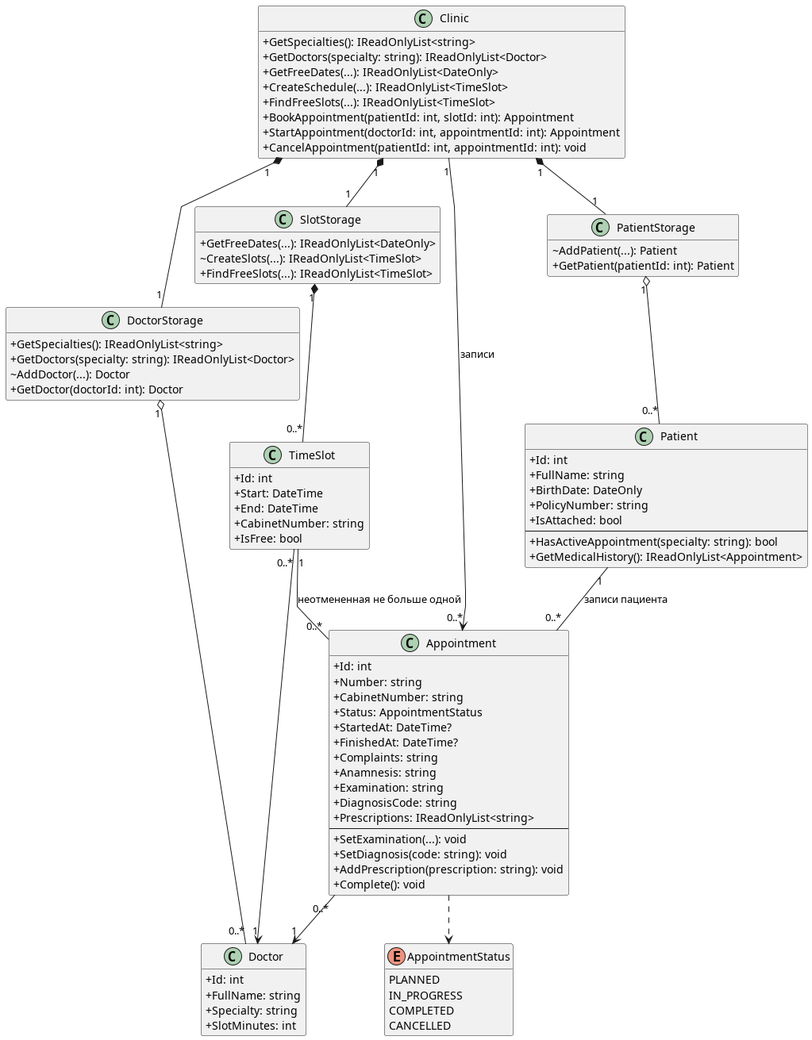
This is img/classes-all.png from penamarth/bsbo-11-24_team3_var3_clinic, a PlantUML export, as it was before one commit.
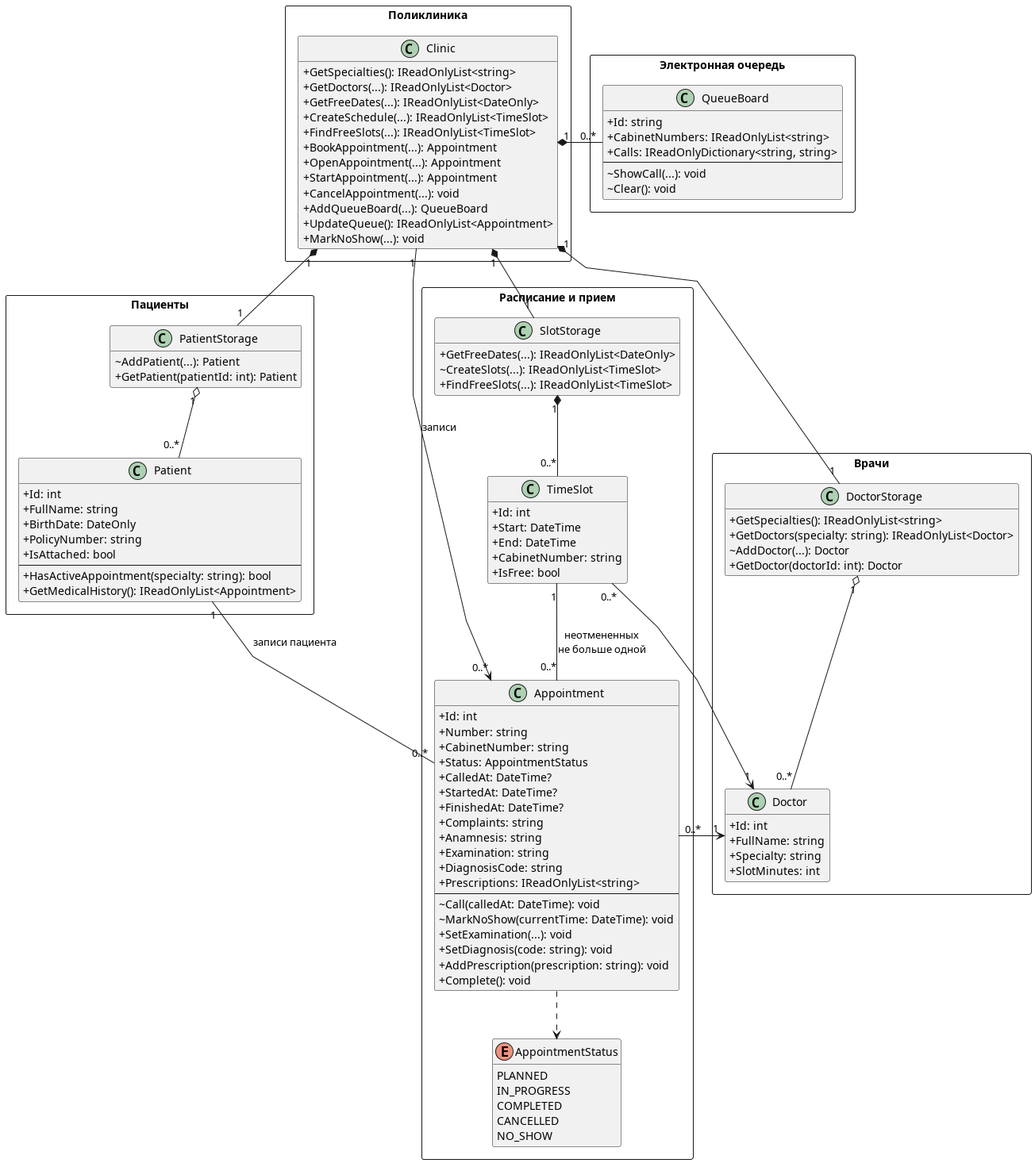
The same file after the commit.

Commit message:
docs: отразить автоматическую очередь и сгруппировать классы

Change to the diagram source:
```diff
@@ -1,100 +1,133 @@
 @startuml classes-all
+allowmixing
 skinparam classAttributeIconSize 0
 skinparam linetype polyline
+skinparam nodesep 55
 hide empty members
 
-class Clinic {
-  + GetSpecialties(): IReadOnlyList<string>
-  + GetDoctors(specialty: string): IReadOnlyList<Doctor>
-  + GetFreeDates(...): IReadOnlyList<DateOnly>
-  + CreateSchedule(...): IReadOnlyList<TimeSlot>
-  + FindFreeSlots(...): IReadOnlyList<TimeSlot>
-  + BookAppointment(patientId: int, slotId: int): Appointment
-  + StartAppointment(doctorId: int, appointmentId: int): Appointment
-  + CancelAppointment(patientId: int, appointmentId: int): void
+rectangle "Поликлиника" as ClinicPart {
+  class Clinic {
+    + GetSpecialties(): IReadOnlyList<string>
+    + GetDoctors(...): IReadOnlyList<Doctor>
+    + GetFreeDates(...): IReadOnlyList<DateOnly>
+    + CreateSchedule(...): IReadOnlyList<TimeSlot>
+    + FindFreeSlots(...): IReadOnlyList<TimeSlot>
+    + BookAppointment(...): Appointment
+    + OpenAppointment(...): Appointment
+    + StartAppointment(...): Appointment
+    + CancelAppointment(...): void
+    + AddQueueBoard(...): QueueBoard
+    + UpdateQueue(): IReadOnlyList<Appointment>
+    + MarkNoShow(...): void
+  }
 }
 
-class PatientStorage {
-  ~ AddPatient(...): Patient
-  + GetPatient(patientId: int): Patient
+rectangle "Пациенты" as PatientsPart {
+  class PatientStorage {
+    ~ AddPatient(...): Patient
+    + GetPatient(patientId: int): Patient
+  }
+
+  class Patient {
+    + Id: int
+    + FullName: string
+    + BirthDate: DateOnly
+    + PolicyNumber: string
+    + IsAttached: bool
+    --
+    + HasActiveAppointment(specialty: string): bool
+    + GetMedicalHistory(): IReadOnlyList<Appointment>
+  }
 }
 
-class DoctorStorage {
-  + GetSpecialties(): IReadOnlyList<string>
-  + GetDoctors(specialty: string): IReadOnlyList<Doctor>
-  ~ AddDoctor(...): Doctor
-  + GetDoctor(doctorId: int): Doctor
+rectangle "Врачи" as DoctorsPart {
+  class DoctorStorage {
+    + GetSpecialties(): IReadOnlyList<string>
+    + GetDoctors(specialty: string): IReadOnlyList<Doctor>
+    ~ AddDoctor(...): Doctor
+    + GetDoctor(doctorId: int): Doctor
+  }
+
+  class Doctor {
+    + Id: int
+    + FullName: string
+    + Specialty: string
+    + SlotMinutes: int
+  }
 }
 
-class Patient {
-  + Id: int
-  + FullName: string
-  + BirthDate: DateOnly
-  + PolicyNumber: string
-  + IsAttached: bool
-  --
-  + HasActiveAppointment(specialty: string): bool
-  + GetMedicalHistory(): IReadOnlyList<Appointment>
+rectangle "Расписание и прием" as SchedulePart {
+  class SlotStorage {
+    + GetFreeDates(...): IReadOnlyList<DateOnly>
+    ~ CreateSlots(...): IReadOnlyList<TimeSlot>
+    + FindFreeSlots(...): IReadOnlyList<TimeSlot>
+  }
+
+  class TimeSlot {
+    + Id: int
+    + Start: DateTime
+    + End: DateTime
+    + CabinetNumber: string
+    + IsFree: bool
+  }
+
+  class Appointment {
+    + Id: int
+    + Number: string
+    + CabinetNumber: string
+    + Status: AppointmentStatus
+    + CalledAt: DateTime?
+    + StartedAt: DateTime?
+    + FinishedAt: DateTime?
+    + Complaints: string
+    + Anamnesis: string
+    + Examination: string
+    + DiagnosisCode: string
+    + Prescriptions: IReadOnlyList<string>
+    --
+    ~ Call(calledAt: DateTime): void
+    ~ MarkNoShow(currentTime: DateTime): void
+    + SetExamination(...): void
+    + SetDiagnosis(code: string): void
+    + AddPrescription(prescription: string): void
+    + Complete(): void
+  }
+
+  enum AppointmentStatus {
+    PLANNED
+    IN_PROGRESS
+    COMPLETED
+    CANCELLED
+    NO_SHOW
+  }
 }
 
-class Doctor {
-  + Id: int
-  + FullName: string
-  + Specialty: string
-  + SlotMinutes: int
+rectangle "Электронная очередь" as QueuePart {
+  class QueueBoard {
+    + Id: string
+    + CabinetNumbers: IReadOnlyList<string>
+    + Calls: IReadOnlyDictionary<string, string>
+    --
+    ~ ShowCall(...): void
+    ~ Clear(): void
+  }
 }
 
-class SlotStorage {
-  + GetFreeDates(...): IReadOnlyList<DateOnly>
-  ~ CreateSlots(...): IReadOnlyList<TimeSlot>
-  + FindFreeSlots(...): IReadOnlyList<TimeSlot>
-}
+Clinic "1" *-down- "1" PatientStorage
+Clinic "1" *-down- "1" SlotStorage
+Clinic "1" *-down- "1" DoctorStorage
+Clinic "1" *-right- "0..*" QueueBoard
+Clinic "1" -down-> "0..*" Appointment : записи
+PatientStorage "1" o-down- "0..*" Patient
+DoctorStorage "1" o-down- "0..*" Doctor
+SlotStorage "1" *-down- "0..*" TimeSlot
+Patient "1" -right- "0..*" Appointment : записи пациента
+TimeSlot "0..*" -right-> "1" Doctor
+Appointment "0..*" -right-> "1" Doctor
+TimeSlot "1" -down- "0..*" Appointment : неотмененных\nне больше одной
+Appointment .down.> AppointmentStatus
 
-class TimeSlot {
-  + Id: int
-  + Start: DateTime
-  + End: DateTime
-  + CabinetNumber: string
-  + IsFree: bool
-}
-
-class Appointment {
-  + Id: int
-  + Number: string
-  + CabinetNumber: string
-  + Status: AppointmentStatus
-  + StartedAt: DateTime?
-  + FinishedAt: DateTime?
-  + Complaints: string
-  + Anamnesis: string
-  + Examination: string
-  + DiagnosisCode: string
-  + Prescriptions: IReadOnlyList<string>
-  --
-  + SetExamination(...): void
-  + SetDiagnosis(code: string): void
-  + AddPrescription(prescription: string): void
-  + Complete(): void
-}
-
-enum AppointmentStatus {
-  PLANNED
-  IN_PROGRESS
-  COMPLETED
-  CANCELLED
-}
-
-Clinic "1" *-- "1" SlotStorage
-Clinic "1" *-- "1" PatientStorage
-Clinic "1" *-- "1" DoctorStorage
-PatientStorage "1" o-- "0..*" Patient
-DoctorStorage "1" o-- "0..*" Doctor
-Clinic "1" --> "0..*" Appointment : записи
-SlotStorage "1" *-- "0..*" TimeSlot
-Patient "1" -- "0..*" Appointment : записи пациента
-TimeSlot "0..*" --> "1" Doctor
-Appointment "0..*" --> "1" Doctor
-TimeSlot "1" -- "0..*" Appointment : неотмененная не больше одной
-Appointment ..> AppointmentStatus
+PatientStorage -[hidden]right- SlotStorage
+SlotStorage -[hidden]right- DoctorStorage
 
 @enduml
```
